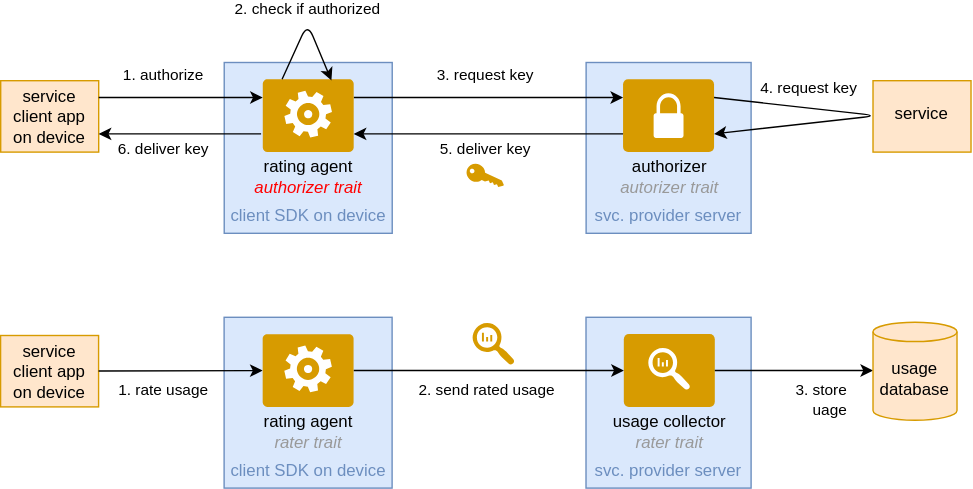
The draw.io diagram src/contract-agent-detailed.drawio.svg in distributed-it-for-telco/distributed-rating-doc, before a commit. Source tidied: cells renumbered, new cells last; positions are measured from the earlier drawing's top-left corner, leaving out a move shared by most shapes. Its diagram source:
```xml
<mxGraphModel>
  <root>
    <mxCell id="0" />
    <mxCell id="1" parent="0" />
    <mxCell id="2" value="svc. provider server" style="rounded=0;whiteSpace=wrap;html=1;fillColor=#dae8fc;strokeColor=#6c8ebf;verticalAlign=bottom;spacingBottom=3;fontColor=#6C8EBF;" parent="1" vertex="1">
      <mxGeometry x="418.2" y="28" width="117.8" height="122" as="geometry" />
    </mxCell>
    <mxCell id="3" value="client SDK on device" style="rounded=0;whiteSpace=wrap;html=1;fillColor=#dae8fc;strokeColor=#6c8ebf;verticalAlign=bottom;spacingBottom=3;fontColor=#6C8EBF;" parent="1" vertex="1">
      <mxGeometry x="159.7" y="28" width="120" height="122" as="geometry" />
    </mxCell>
    <mxCell id="4" style="verticalLabelPosition=bottom;sketch=0;html=1;verticalAlign=top;align=center;shape=mxgraph.cisco19.key;fillColor=#D79B00;strokeColor=none;rotation=25;" parent="1" vertex="1">
      <mxGeometry x="332" y="103.6" width="28.6" height="12.9" as="geometry" />
    </mxCell>
    <mxCell id="5" value="3. request key" style="endArrow=classic;html=1;" parent="1" edge="1">
      <mxGeometry x="-0.02" y="16" relative="1" as="geometry">
        <mxPoint x="252.2" y="53" as="sourcePoint" />
        <mxPoint x="444.5" y="53" as="targetPoint" />
      </mxGeometry>
    </mxCell>
    <mxCell id="6" value="rating agent&amp;nbsp;&lt;br&gt;&lt;i&gt;&lt;font color=&quot;#ff0000&quot;&gt;authorizer trait&lt;/font&gt;&lt;/i&gt;" style="text;html=1;strokeColor=none;fillColor=none;align=center;verticalAlign=middle;whiteSpace=wrap;rounded=0;" parent="1" vertex="1">
      <mxGeometry x="176.7" y="95" width="86" height="30" as="geometry" />
    </mxCell>
    <mxCell id="7" value="authorizer&lt;br&gt;&lt;i&gt;&lt;font color=&quot;#999999&quot;&gt;autorizer trait&lt;/font&gt;&lt;/i&gt;" style="text;html=1;strokeColor=none;fillColor=none;align=center;verticalAlign=middle;whiteSpace=wrap;rounded=0;" parent="1" vertex="1">
      <mxGeometry x="434.7" y="95" width="86" height="30" as="geometry" />
    </mxCell>
    <mxCell id="8" value="service client app&lt;br&gt;on device" style="rounded=0;whiteSpace=wrap;html=1;fillColor=#ffe6cc;strokeColor=#d79b00;verticalAlign=middle;spacingBottom=0;" parent="1" vertex="1">
      <mxGeometry y="41" width="70" height="51" as="geometry" />
    </mxCell>
    <mxCell id="9" value="&lt;font color=&quot;#000000&quot;&gt;1. authorize&lt;br&gt;&lt;/font&gt;" style="endArrow=none;html=1;fontColor=#6C8EBF;exitX=0;exitY=0.5;exitDx=0;exitDy=0;exitPerimeter=0;startArrow=classic;startFill=1;" parent="1" edge="1">
      <mxGeometry x="0.21" y="-16" relative="1" as="geometry">
        <mxPoint x="187.2" y="53" as="sourcePoint" />
        <mxPoint x="70" y="53" as="targetPoint" />
      </mxGeometry>
    </mxCell>
    <mxCell id="10" value="svc. provider server" style="rounded=0;whiteSpace=wrap;html=1;fillColor=#dae8fc;strokeColor=#6c8ebf;verticalAlign=bottom;spacingBottom=3;fontColor=#6C8EBF;" parent="1" vertex="1">
      <mxGeometry x="418.1" y="210" width="117.9" height="122" as="geometry" />
    </mxCell>
    <mxCell id="11" value="client SDK on device" style="rounded=0;whiteSpace=wrap;html=1;fillColor=#dae8fc;strokeColor=#6c8ebf;verticalAlign=bottom;spacingBottom=3;fontColor=#6C8EBF;" parent="1" vertex="1">
      <mxGeometry x="159.6" y="210" width="120" height="122" as="geometry" />
    </mxCell>
    <mxCell id="12" style="sketch=0;shadow=0;dashed=0;html=1;strokeColor=none;labelPosition=center;verticalLabelPosition=bottom;verticalAlign=top;align=center;fillColor=#D79B00;shape=mxgraph.mscae.oms.log_search;fontColor=#D79B00;flipH=1;" parent="1" vertex="1">
      <mxGeometry x="337.1" y="214" width="30" height="30" as="geometry" />
    </mxCell>
    <mxCell id="13" style="group;" parent="1" vertex="1">
      <mxGeometry x="445.1" y="222" width="65" height="52" as="geometry" />
    </mxCell>
    <mxCell id="14" style="rounded=1;whiteSpace=wrap;html=1;fillColor=#D79B00;strokeColor=none;arcSize=7;" parent="13" vertex="1">
      <mxGeometry width="65" height="52" as="geometry" />
    </mxCell>
    <mxCell id="15" style="sketch=0;shadow=0;dashed=0;html=1;strokeColor=none;labelPosition=center;verticalLabelPosition=bottom;verticalAlign=top;align=center;fillColor=#FFFFFF;shape=mxgraph.mscae.oms.log_search;fontColor=#D79B00;flipH=1;" parent="13" vertex="1">
      <mxGeometry x="17.5" y="10" width="30" height="30" as="geometry" />
    </mxCell>
    <mxCell id="16" value="2. send rated usage" style="endArrow=classic;html=1;exitX=1;exitY=0.5;exitDx=0;exitDy=0;exitPerimeter=0;entryX=0;entryY=0.5;entryDx=0;entryDy=0;" parent="1" edge="1" source="28" target="14">
      <mxGeometry x="-0.02" y="-14" relative="1" as="geometry" />
    </mxCell>
    <mxCell id="17" value="rating agent&amp;nbsp;&lt;br&gt;&lt;i&gt;&lt;font color=&quot;#999999&quot;&gt;rater trait&lt;/font&gt;&lt;/i&gt;" style="text;html=1;strokeColor=none;fillColor=none;align=center;verticalAlign=middle;whiteSpace=wrap;rounded=0;" parent="1" vertex="1">
      <mxGeometry x="176.6" y="277" width="86" height="30" as="geometry" />
    </mxCell>
    <mxCell id="18" value="usage collector&lt;br&gt;&lt;i&gt;&lt;font color=&quot;#999999&quot;&gt;rater trait&lt;/font&gt;&lt;/i&gt;" style="text;html=1;strokeColor=none;fillColor=none;align=center;verticalAlign=middle;whiteSpace=wrap;rounded=0;" parent="1" vertex="1">
      <mxGeometry x="434.6" y="277" width="86" height="30" as="geometry" />
    </mxCell>
    <mxCell id="19" value="3. store&lt;br&gt;&lt;div style=&quot;text-align: right&quot;&gt;uage&lt;/div&gt;" style="endArrow=classic;html=1;exitX=1;exitY=0.5;exitDx=0;exitDy=0;" parent="1" edge="1" source="14">
      <mxGeometry x="0.35" y="-21" relative="1" as="geometry">
        <mxPoint x="623.1" y="248" as="targetPoint" />
      </mxGeometry>
    </mxCell>
    <mxCell id="20" value="service client app&lt;br&gt;on device" style="rounded=0;whiteSpace=wrap;html=1;fillColor=#ffe6cc;strokeColor=#d79b00;verticalAlign=middle;spacingBottom=0;" parent="1" vertex="1">
      <mxGeometry x="-0.1" y="223" width="70" height="51" as="geometry" />
    </mxCell>
    <mxCell id="21" value="&lt;font color=&quot;#000000&quot;&gt;1. rate usage&lt;/font&gt;" style="endArrow=none;html=1;fontColor=#6C8EBF;startArrow=classic;startFill=1;" parent="1" edge="1" source="28" target="20">
      <mxGeometry x="0.22" y="14" relative="1" as="geometry" />
    </mxCell>
    <mxCell id="22" style="group;" parent="1" vertex="1">
      <mxGeometry x="187.2" y="40" width="65" height="52" as="geometry" />
    </mxCell>
    <mxCell id="23" style="rounded=0;whiteSpace=wrap;html=1;strokeColor=none;" parent="22" vertex="1">
      <mxGeometry x="3.8" y="6" width="57.5" height="40" as="geometry" />
    </mxCell>
    <mxCell id="24" style="verticalLabelPosition=bottom;html=1;verticalAlign=top;align=center;strokeColor=none;fillColor=#D79B00;shape=mxgraph.azure.worker_role;" parent="22" vertex="1">
      <mxGeometry width="65" height="52" as="geometry" />
    </mxCell>
    <mxCell id="25" value="2. check if authorized" style="endArrow=classic;html=1;fontColor=#000000;exitX=0.213;exitY=0;exitDx=0;exitDy=0;exitPerimeter=0;entryX=0.755;entryY=0.015;entryDx=0;entryDy=0;entryPerimeter=0;" parent="22" edge="1" source="24" target="24">
      <mxGeometry y="10" relative="1" as="geometry">
        <Array as="points">
          <mxPoint x="32" y="-40" />
        </Array>
        <mxPoint x="-9" y="-6" as="offset" />
      </mxGeometry>
    </mxCell>
    <mxCell id="26" style="group;" parent="1" vertex="1">
      <mxGeometry x="187.1" y="222" width="65" height="52" as="geometry" />
    </mxCell>
    <mxCell id="27" style="rounded=0;whiteSpace=wrap;html=1;strokeColor=none;" parent="26" vertex="1">
      <mxGeometry x="3.7" y="6.5" width="57.5" height="40" as="geometry" />
    </mxCell>
    <mxCell id="28" style="verticalLabelPosition=bottom;html=1;verticalAlign=top;align=center;strokeColor=none;fillColor=#D79B00;shape=mxgraph.azure.worker_role;" parent="26" vertex="1">
      <mxGeometry width="65" height="52" as="geometry" />
    </mxCell>
    <mxCell id="29" style="group;" parent="1" vertex="1">
      <mxGeometry x="444.5" y="40" width="65" height="52" as="geometry" />
    </mxCell>
    <mxCell id="30" style="rounded=1;whiteSpace=wrap;html=1;fillColor=#D79B00;strokeColor=none;arcSize=7;" parent="29" vertex="1">
      <mxGeometry width="65" height="52" as="geometry" />
    </mxCell>
    <mxCell id="31" style="sketch=0;shadow=0;dashed=0;html=1;strokeColor=none;fillColor=#FFFFFF;labelPosition=center;verticalLabelPosition=bottom;verticalAlign=top;align=center;shape=mxgraph.office.security.lock_protected;" parent="29" vertex="1">
      <mxGeometry x="21.8" y="10" width="21.3" height="32" as="geometry" />
    </mxCell>
    <mxCell id="32" style="endArrow=classic;html=1;fontColor=#000000;exitX=1;exitY=0.25;exitDx=0;exitDy=0;entryX=1;entryY=0.75;entryDx=0;entryDy=0;" parent="29" edge="1" source="30" target="30">
      <mxGeometry relative="1" as="geometry">
        <Array as="points">
          <mxPoint x="181.5" y="26" />
        </Array>
      </mxGeometry>
    </mxCell>
    <mxCell id="33" value="4. request key" style="edgeLabel;html=1;align=center;verticalAlign=middle;fontColor=#000000;" parent="32" vertex="1">
      <mxGeometry x="-0.15" y="-1" relative="1" as="geometry">
        <mxPoint x="-32" y="-19" as="offset" />
      </mxGeometry>
    </mxCell>
    <mxCell id="34" value="service" style="rounded=0;whiteSpace=wrap;html=1;fillColor=#ffe6cc;strokeColor=#d79b00;verticalAlign=middle;spacingBottom=3;" parent="1" vertex="1">
      <mxGeometry x="623.1" y="41" width="70" height="51" as="geometry" />
    </mxCell>
    <mxCell id="35" value="5. deliver key" style="endArrow=none;html=1;startArrow=classic;startFill=1;endFill=0;" parent="1" edge="1">
      <mxGeometry x="-0.02" y="-11" relative="1" as="geometry">
        <mxPoint x="252.2" y="79" as="sourcePoint" />
        <mxPoint x="444.5" y="79" as="targetPoint" />
      </mxGeometry>
    </mxCell>
    <mxCell id="36" value="6. deliver key" style="endArrow=none;html=1;startArrow=classic;startFill=1;endFill=0;" parent="1" edge="1">
      <mxGeometry x="-0.21" y="-11" relative="1" as="geometry">
        <mxPoint x="70" y="79" as="sourcePoint" />
        <mxPoint x="186" y="79" as="targetPoint" />
      </mxGeometry>
    </mxCell>
    <mxCell id="37" value="usage&lt;br&gt;database" style="shape=cylinder3;whiteSpace=wrap;html=1;boundedLbl=1;backgroundOutline=1;size=6.904761904761841;fillColor=#ffe6cc;strokeColor=#d79b00;verticalAlign=middle;" parent="1" vertex="1">
      <mxGeometry x="623.1" y="213.5" width="60" height="70" as="geometry" />
    </mxCell>
  </root>
</mxGraphModel>
```
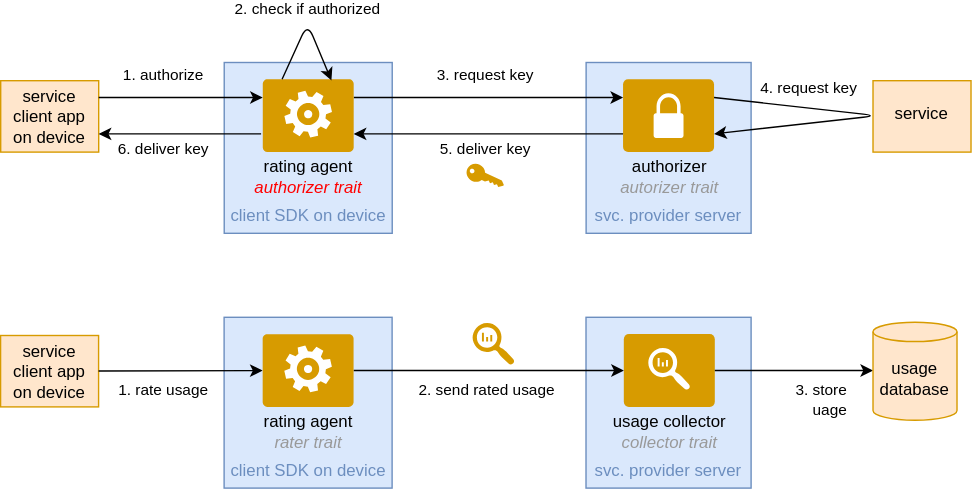
Above is the later version.

The edit, as a diff of the source:
```diff
@@ -56,7 +56,7 @@
     <mxCell id="17" value="rating agent&amp;nbsp;&lt;br&gt;&lt;i&gt;&lt;font color=&quot;#999999&quot;&gt;rater trait&lt;/font&gt;&lt;/i&gt;" style="text;html=1;strokeColor=none;fillColor=none;align=center;verticalAlign=middle;whiteSpace=wrap;rounded=0;" parent="1" vertex="1">
       <mxGeometry x="176.6" y="277" width="86" height="30" as="geometry" />
     </mxCell>
-    <mxCell id="18" value="usage collector&lt;br&gt;&lt;i&gt;&lt;font color=&quot;#999999&quot;&gt;rater trait&lt;/font&gt;&lt;/i&gt;" style="text;html=1;strokeColor=none;fillColor=none;align=center;verticalAlign=middle;whiteSpace=wrap;rounded=0;" parent="1" vertex="1">
+    <mxCell id="18" value="usage collector&lt;br&gt;&lt;i&gt;&lt;font color=&quot;#999999&quot;&gt;collector trait&lt;/font&gt;&lt;/i&gt;" style="text;html=1;strokeColor=none;fillColor=none;align=center;verticalAlign=middle;whiteSpace=wrap;rounded=0;" parent="1" vertex="1">
       <mxGeometry x="434.6" y="277" width="86" height="30" as="geometry" />
     </mxCell>
     <mxCell id="19" value="3. store&lt;br&gt;&lt;div style=&quot;text-align: right&quot;&gt;uage&lt;/div&gt;" style="endArrow=classic;html=1;exitX=1;exitY=0.5;exitDx=0;exitDy=0;" parent="1" edge="1" source="14">
```
